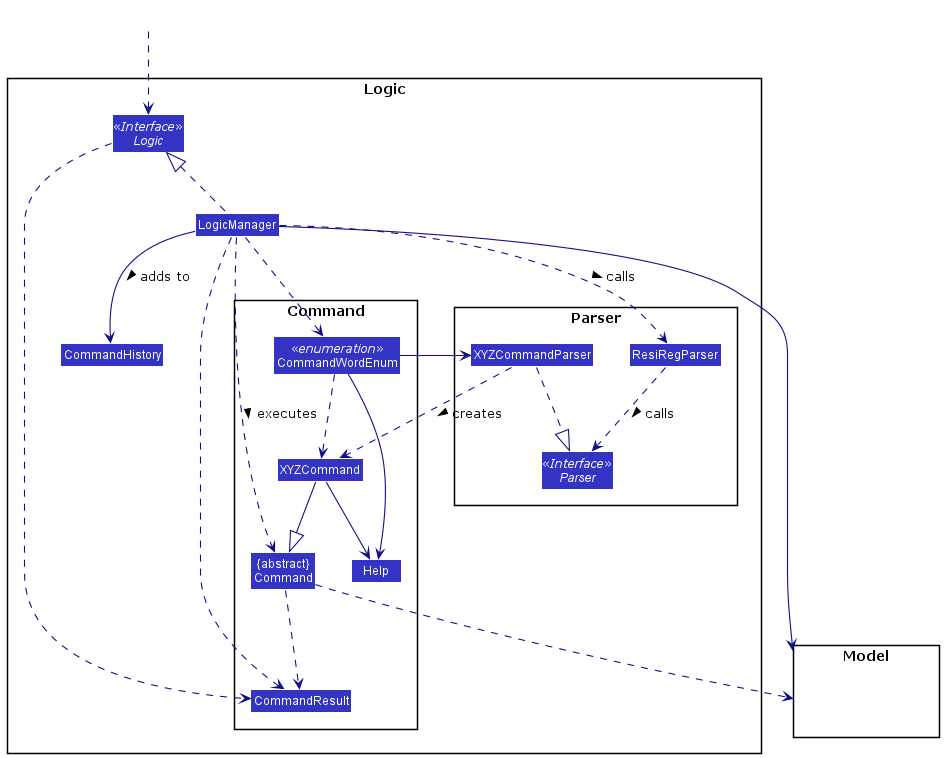
This is docs/images/LogicClassDiagram.png from nus-cs2103-AY2021S1/tp, a PlantUML export, as it was before one commit.
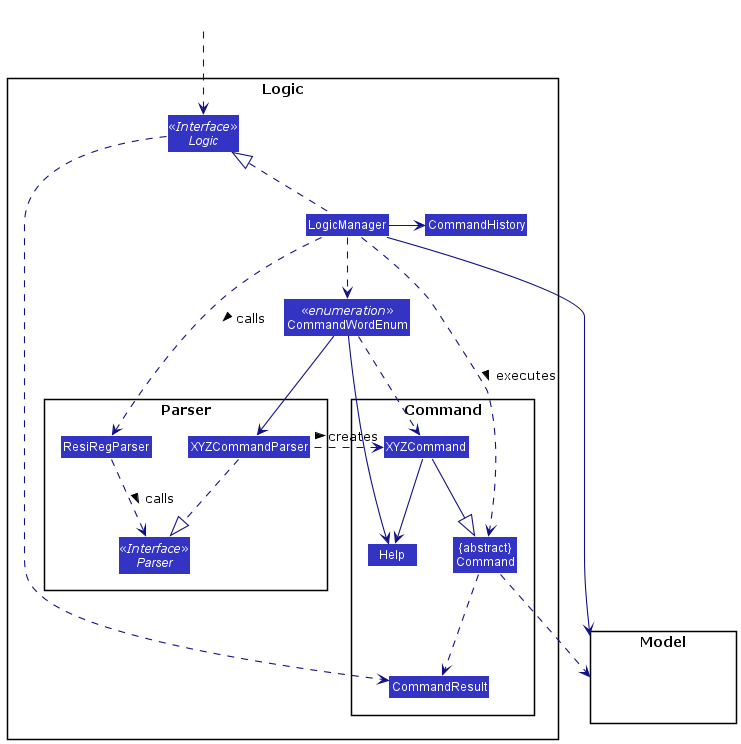
After the change.

Commit message:
Move CommandWordEnum to logic package

What changed in the source:
```diff
@@ -17,8 +17,8 @@
 Class CommandResult
 Class "{abstract}\nCommand" as Command
 Class Help
+}
 Enum  CommandWordEnum <<enumeration>>
-}
 
 Interface Logic <<Interface>>
 Class LogicManager
@@ -37,15 +37,16 @@
 
 LogicManager .up.|> Logic
 LogicManager --> Model
-LogicManager ..> CommandResult
 LogicManager ..> Command : executes >
-LogicManager --> CommandHistory : adds to >
+LogicManager -right-> CommandHistory
 LogicManager ..> ResiRegParser : calls >
 LogicManager ..> CommandWordEnum
 
+ResiRegParser ..> Parser : calls >
+
 CommandWordEnum ..> XYZCommand
 CommandWordEnum --> Help
-CommandWordEnum --> XYZCommandParser
+CommandWordEnum -right-> XYZCommandParser
 
 Command ..> Model
 Command ..> CommandResult
@@ -54,8 +55,6 @@
 XYZCommand --> Help
 
 XYZCommandParser ..|> Parser
-XYZCommandParser ..> XYZCommand : creates >
-
-ResiRegParser ..> Parser : calls >
+XYZCommandParser .left.> XYZCommand : creates >
 
 @enduml
```
